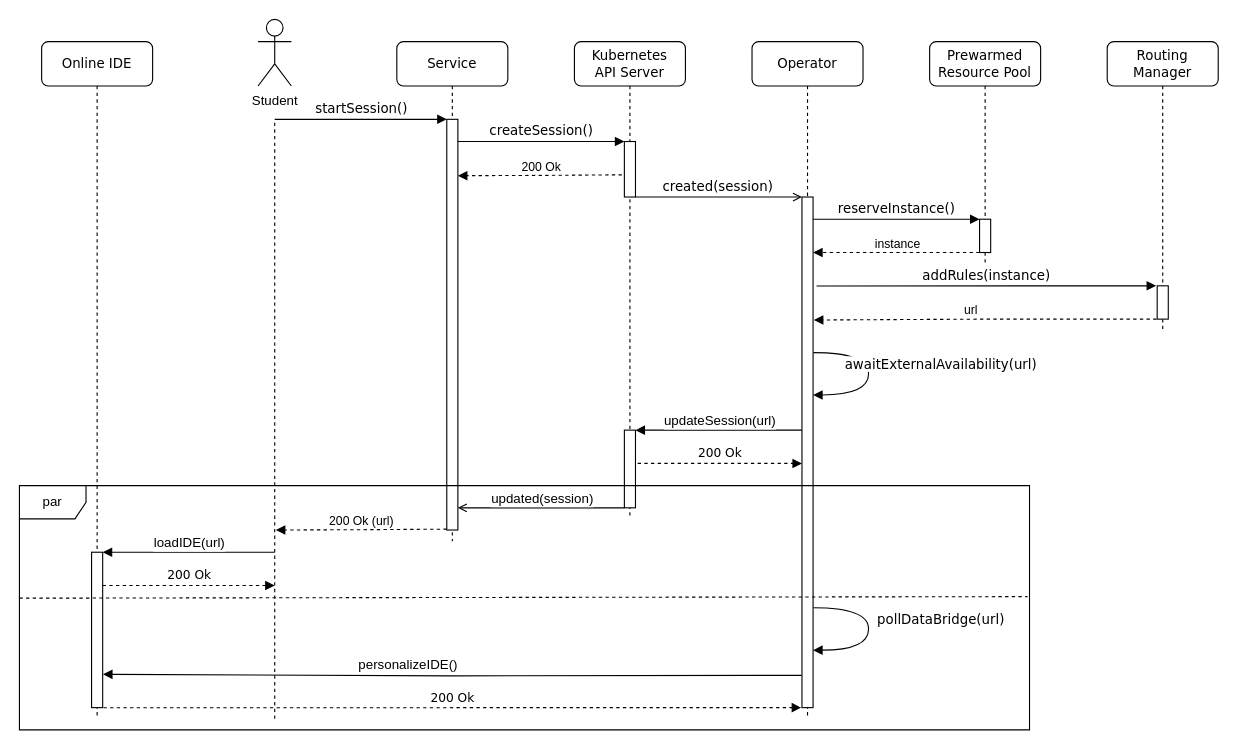
Before: figures/startup-seq.checkpoint.drawio in lukaskratzel/ba, a draw.io diagram. Source tidied: cells renumbered, new cells numbered last; positions are measured from the earlier drawing's top-left corner, leaving out a move shared by most shapes. Both pictures are drawn from the tidied source at 111%, with x=0, y=0 at pixel (19, 19).
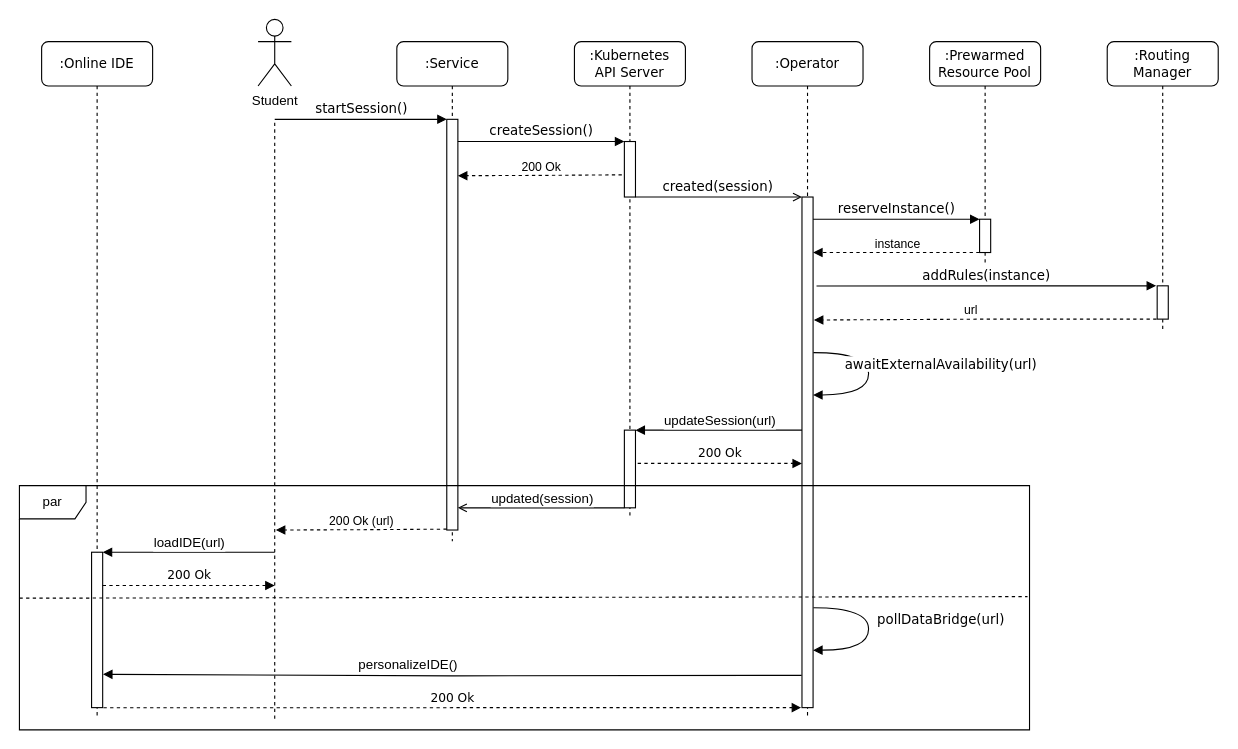
The same page after the edit.

Change to the diagram source:
```diff
@@
-    <mxCell id="2" value="Service" style="shape=umlLifeline;perimeter=lifelinePerimeter;whiteSpace=wrap;html=1;rounded=1;shadow=0;comic=0;labelBackgroundColor=none;strokeWidth=1;fontFamily=Verdana;fontSize=12;align=center;" parent="1" vertex="1">
+    <mxCell id="2" value=":Service" style="shape=umlLifeline;perimeter=lifelinePerimeter;whiteSpace=wrap;html=1;rounded=1;shadow=0;comic=0;labelBackgroundColor=none;strokeWidth=1;fontFamily=Verdana;fontSize=12;align=center;" parent="1" vertex="1">
       <mxGeometry x="340" y="20" width="100" height="450" as="geometry" />
     </mxCell>
@@
-    <mxCell id="6" value="Kubernetes&lt;div&gt;API Server&lt;/div&gt;" style="shape=umlLifeline;perimeter=lifelinePerimeter;whiteSpace=wrap;html=1;rounded=1;shadow=0;comic=0;labelBackgroundColor=none;strokeWidth=1;fontFamily=Verdana;fontSize=12;align=center;" parent="1" vertex="1">
+    <mxCell id="6" value=":Kubernetes&lt;div&gt;API Server&lt;/div&gt;" style="shape=umlLifeline;perimeter=lifelinePerimeter;whiteSpace=wrap;html=1;rounded=1;shadow=0;comic=0;labelBackgroundColor=none;strokeWidth=1;fontFamily=Verdana;fontSize=12;align=center;" parent="1" vertex="1">
       <mxGeometry x="500" y="20" width="100" height="430" as="geometry" />
     </mxCell>
@@
-    <mxCell id="11" value="Operator" style="shape=umlLifeline;perimeter=lifelinePerimeter;whiteSpace=wrap;html=1;rounded=1;shadow=0;comic=0;labelBackgroundColor=none;strokeWidth=1;fontFamily=Verdana;fontSize=12;align=center;" parent="1" vertex="1">
+    <mxCell id="11" value=":Operator" style="shape=umlLifeline;perimeter=lifelinePerimeter;whiteSpace=wrap;html=1;rounded=1;shadow=0;comic=0;labelBackgroundColor=none;strokeWidth=1;fontFamily=Verdana;fontSize=12;align=center;" parent="1" vertex="1">
       <mxGeometry x="660" y="20" width="100" height="610" as="geometry" />
     </mxCell>
@@
-    <mxCell id="15" value="Prewarmed Resource Pool" style="shape=umlLifeline;perimeter=lifelinePerimeter;whiteSpace=wrap;html=1;rounded=1;shadow=0;comic=0;labelBackgroundColor=none;strokeWidth=1;fontFamily=Verdana;fontSize=12;align=center;" parent="1" vertex="1">
+    <mxCell id="15" value=":Prewarmed Resource Pool" style="shape=umlLifeline;perimeter=lifelinePerimeter;whiteSpace=wrap;html=1;rounded=1;shadow=0;comic=0;labelBackgroundColor=none;strokeWidth=1;fontFamily=Verdana;fontSize=12;align=center;" parent="1" vertex="1">
       <mxGeometry x="820" y="20" width="100" height="200" as="geometry" />
     </mxCell>
@@
-    <mxCell id="20" value="Routing&lt;div&gt;Manager&lt;/div&gt;" style="shape=umlLifeline;perimeter=lifelinePerimeter;whiteSpace=wrap;html=1;rounded=1;shadow=0;comic=0;labelBackgroundColor=none;strokeWidth=1;fontFamily=Verdana;fontSize=12;align=center;" parent="1" vertex="1">
+    <mxCell id="20" value=":Routing&lt;div&gt;Manager&lt;/div&gt;" style="shape=umlLifeline;perimeter=lifelinePerimeter;whiteSpace=wrap;html=1;rounded=1;shadow=0;comic=0;labelBackgroundColor=none;strokeWidth=1;fontFamily=Verdana;fontSize=12;align=center;" parent="1" vertex="1">
       <mxGeometry x="980" y="20" width="100" height="260" as="geometry" />
     </mxCell>
@@
-    <mxCell id="30" value="Online IDE" style="shape=umlLifeline;perimeter=lifelinePerimeter;whiteSpace=wrap;html=1;rounded=1;shadow=0;comic=0;labelBackgroundColor=none;strokeWidth=1;fontFamily=Verdana;fontSize=12;align=center;" parent="1" vertex="1">
+    <mxCell id="30" value=":Online IDE" style="shape=umlLifeline;perimeter=lifelinePerimeter;whiteSpace=wrap;html=1;rounded=1;shadow=0;comic=0;labelBackgroundColor=none;strokeWidth=1;fontFamily=Verdana;fontSize=12;align=center;" parent="1" vertex="1">
       <mxGeometry x="20" y="20" width="100" height="610" as="geometry" />
     </mxCell>
```
